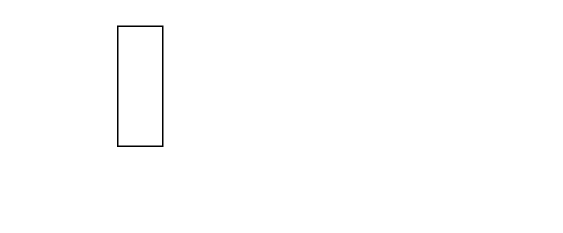
JaiminBrahmbhatt/NN-Diagrams-Drawio keeps this draw.io diagram as page "Page-1" (1 of 3) of Untitled Diagram.drawio. Above is the earlier version. Source tidied: cells renumbered, new cells numbered last; positions are measured from the earlier drawing's top-left corner, leaving out a move shared by most shapes. Both pictures are drawn from the tidied source at 150%, with x=0, y=0 at pixel (117, 26). Pictures stored in the file or linked from it are replaced by grey dashed boxes.
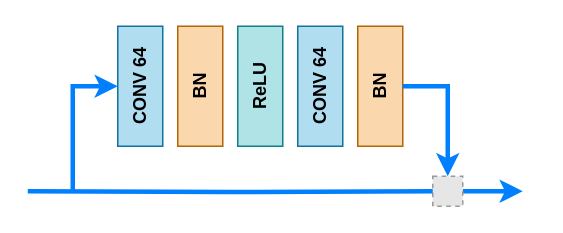
Above is the later version.

What changed in the source:
```diff
@@
-    <mxCell id="2" style="rounded=0;whiteSpace=wrap;html=1;" parent="1" vertex="1">
+    <mxCell id="2" style="rounded=0;whiteSpace=wrap;html=1;fillColor=#b1ddf0;strokeColor=#10739e;" parent="1" vertex="1">
       <mxGeometry width="30" height="80" as="geometry" />
     </mxCell>
+    <mxCell id="3" style="rounded=0;whiteSpace=wrap;html=1;fillColor=#fad7ac;strokeColor=#b46504;" parent="1" vertex="1">
+      <mxGeometry x="40" width="30" height="80" as="geometry" />
+    </mxCell>
+    <mxCell id="4" style="rounded=0;whiteSpace=wrap;html=1;fillColor=#b0e3e6;strokeColor=#0e8088;" parent="1" vertex="1">
+      <mxGeometry x="80" width="30" height="80" as="geometry" />
+    </mxCell>
+    <mxCell id="5" style="rounded=0;whiteSpace=wrap;html=1;fillColor=#b1ddf0;strokeColor=#10739e;flipV=1;flipH=1;" parent="1" vertex="1">
+      <mxGeometry x="120" width="30" height="80" as="geometry" />
+    </mxCell>
+    <mxCell id="6" style="rounded=0;whiteSpace=wrap;html=1;fillColor=#fad7ac;strokeColor=#b46504;" parent="1" vertex="1">
+      <mxGeometry x="160" width="30" height="80" as="geometry" />
+    </mxCell>
+    <mxCell id="7" style="endArrow=classic;html=1;rounded=0;edgeStyle=orthogonalEdgeStyle;startArrow=none;strokeColor=#007FFF;strokeWidth=3;" parent="1" edge="1" source="10">
+      <mxGeometry relative="1" as="geometry">
+        <mxPoint x="270" y="110" as="targetPoint" />
+      </mxGeometry>
+    </mxCell>
+    <mxCell id="8" style="endArrow=classic;html=1;rounded=0;edgeStyle=orthogonalEdgeStyle;entryX=0;entryY=0.5;entryDx=0;entryDy=0;strokeColor=#007FFF;strokeWidth=3;" parent="1" edge="1" target="2">
+      <mxGeometry relative="1" as="geometry">
+        <mxPoint x="-30" y="110" as="sourcePoint" />
+        <Array as="points">
+          <mxPoint x="-30" y="40" />
+        </Array>
+      </mxGeometry>
+    </mxCell>
+    <mxCell id="9" style="endArrow=classic;html=1;rounded=0;edgeStyle=orthogonalEdgeStyle;entryX=0.5;entryY=0;entryDx=0;entryDy=0;strokeWidth=3;strokeColor=#007FFF;" parent="1" edge="1" target="10">
+      <mxGeometry relative="1" as="geometry">
+        <mxPoint x="190" y="40" as="sourcePoint" />
+        <Array as="points">
+          <mxPoint x="220" y="40" />
+        </Array>
+      </mxGeometry>
+    </mxCell>
+    <mxCell id="10" style="fillColor=#E6E6E6;strokeColor=#999999;dashed=1;html=1;verticalAlign=top;verticalLabelPosition=bottom;labelBackgroundColor=#ffffff;" parent="1" vertex="1">
+      <mxGeometry x="210" y="100" width="20" height="20" as="geometry" />
+    </mxCell>
+    <mxCell id="11" style="endArrow=none;html=1;rounded=0;edgeStyle=orthogonalEdgeStyle;strokeColor=#007FFF;strokeWidth=3;" parent="1" edge="1" target="10">
+      <mxGeometry relative="1" as="geometry">
+        <mxPoint x="-60" y="110" as="sourcePoint" />
+      </mxGeometry>
+    </mxCell>
+    <mxCell id="12" value="&lt;br&gt;" style="edgeLabel;html=1;align=center;verticalAlign=middle;" parent="11" vertex="1">
+      <mxGeometry relative="1" as="geometry" />
+    </mxCell>
+    <mxCell id="13" value="&lt;b&gt;CONV 64&lt;br&gt;&lt;/b&gt;" style="text;html=1;strokeColor=none;fillColor=none;align=center;verticalAlign=middle;whiteSpace=wrap;rounded=0;rotation=-90;" parent="1" vertex="1">
+      <mxGeometry x="-15" y="25" width="60" height="30" as="geometry" />
+    </mxCell>
+    <mxCell id="14" value="&lt;b&gt;CONV 64&lt;br&gt;&lt;/b&gt;" style="text;html=1;strokeColor=none;fillColor=none;align=center;verticalAlign=middle;whiteSpace=wrap;rounded=0;rotation=-90;" parent="1" vertex="1">
+      <mxGeometry x="105" y="25" width="60" height="30" as="geometry" />
+    </mxCell>
+    <mxCell id="15" value="&lt;b&gt;BN&lt;br&gt;&lt;/b&gt;" style="text;html=1;strokeColor=none;fillColor=none;align=center;verticalAlign=middle;whiteSpace=wrap;rounded=0;rotation=-90;" parent="1" vertex="1">
+      <mxGeometry x="25" y="25" width="60" height="30" as="geometry" />
+    </mxCell>
+    <mxCell id="16" value="&lt;b&gt;BN&lt;br&gt;&lt;/b&gt;" style="text;html=1;strokeColor=none;fillColor=none;align=center;verticalAlign=middle;whiteSpace=wrap;rounded=0;rotation=-90;" parent="1" vertex="1">
+      <mxGeometry x="145" y="25" width="60" height="30" as="geometry" />
+    </mxCell>
+    <mxCell id="17" value="&lt;b&gt;ReLU&lt;br&gt;&lt;/b&gt;" style="text;html=1;strokeColor=none;fillColor=none;align=center;verticalAlign=middle;whiteSpace=wrap;rounded=0;rotation=-90;" parent="1" vertex="1">
+      <mxGeometry x="65" y="25" width="60" height="30" as="geometry" />
+    </mxCell>
```
